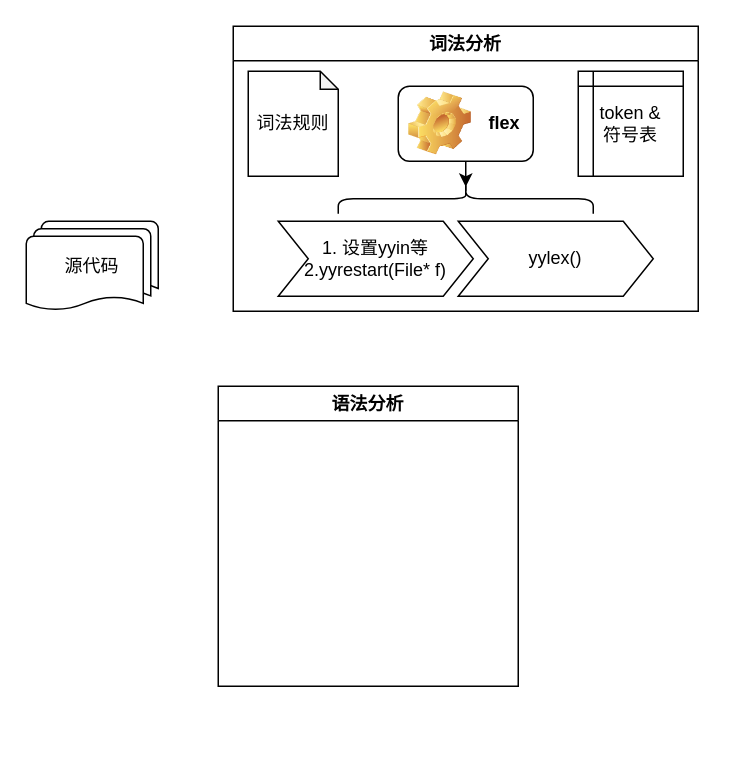
Above: verilator_digrams/flex&bison.drawio in Dercury/CLDK (draw.io), before the change. Source tidied: cells renumbered, new cells numbered last; positions are measured from the earlier drawing's top-left corner, leaving out a move shared by most shapes. Both pictures are drawn from the tidied source at 150%, with x=0, y=0 at pixel (26, 26).
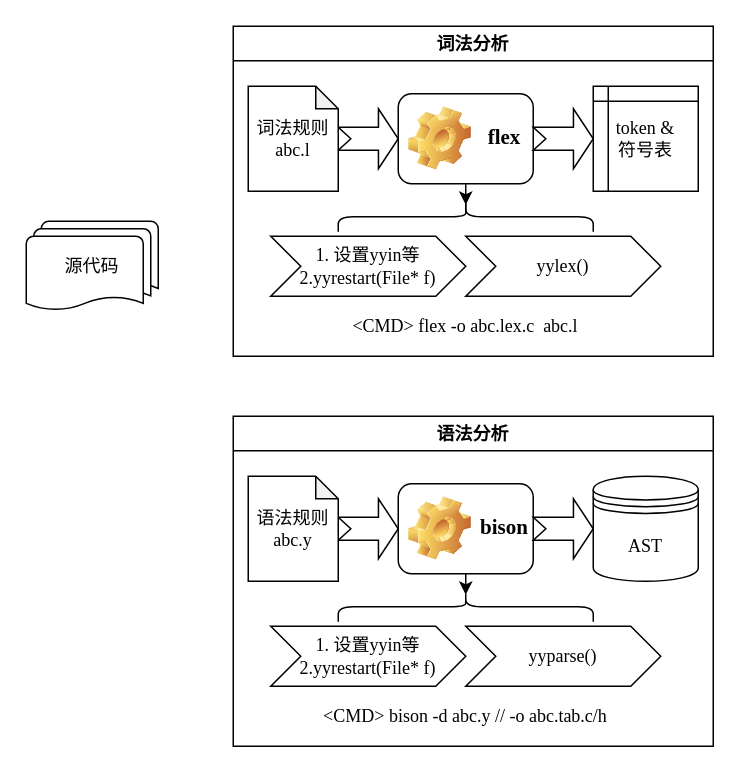
The same page after the edit.

What changed in the source:
```diff
@@
-    <mxCell id="2" value="词法分析" style="swimlane;" parent="1" vertex="1">
-      <mxGeometry x="138" width="310" height="190" as="geometry" />
+    <mxCell id="2" value="词法分析" style="swimlane;fontFamily=Times New Roman;" parent="1" vertex="1">
+      <mxGeometry x="138" width="320" height="220" as="geometry" />
     </mxCell>
+    <mxCell id="12" style="html=1;shadow=0;dashed=0;align=center;verticalAlign=middle;shape=mxgraph.arrows2.arrow;dy=0.62;dx=13.2;notch=8.4;strokeWidth=1;" parent="2" vertex="1">
+      <mxGeometry x="70" y="55" width="40" height="40" as="geometry" />
+    </mxCell>
-    <mxCell id="3" value="&lt;div&gt;token &amp;amp;&lt;br&gt;&lt;/div&gt;&lt;div&gt;符号表&lt;/div&gt;" style="shape=internalStorage;whiteSpace=wrap;html=1;backgroundOutline=1;dx=10;dy=10;" parent="2" vertex="1">
-      <mxGeometry x="230" y="30" width="70" height="70" as="geometry" />
+    <mxCell id="3" value="&lt;div&gt;token &amp;amp;&lt;br&gt;&lt;/div&gt;&lt;div&gt;符号表&lt;/div&gt;" style="shape=internalStorage;whiteSpace=wrap;html=1;backgroundOutline=1;dx=10;dy=10;fontFamily=Times New Roman;" parent="2" vertex="1">
+      <mxGeometry x="240" y="40" width="70" height="70" as="geometry" />
     </mxCell>
-    <mxCell id="4" value="词法规则" style="shape=note;whiteSpace=wrap;html=1;backgroundOutline=1;darkOpacity=0.05;size=12;" parent="2" vertex="1">
-      <mxGeometry x="10" y="30" width="60" height="70" as="geometry" />
+    <mxCell id="4" value="&lt;div&gt;词法规则&lt;/div&gt;&lt;div&gt;&lt;font face=&quot;Times New Roman&quot;&gt;abc.l&lt;/font&gt;&lt;br&gt;&lt;/div&gt;" style="shape=note;whiteSpace=wrap;html=1;backgroundOutline=1;darkOpacity=0.05;size=15;" parent="2" vertex="1">
+      <mxGeometry x="10" y="40" width="60" height="70" as="geometry" />
     </mxCell>
@@
-    <mxCell id="6" value="flex" style="label;whiteSpace=wrap;html=1;image=img/clipart/Gear_128x128.png;align=center;" parent="2" vertex="1">
-      <mxGeometry x="110" y="40" width="90" height="50" as="geometry" />
+    <mxCell id="6" value="flex" style="label;whiteSpace=wrap;html=1;image=img/clipart/Gear_128x128.png;align=center;fontFamily=Times New Roman;fontSize=14;" parent="2" vertex="1">
+      <mxGeometry x="110" y="45" width="90" height="60" as="geometry" />
     </mxCell>
     <mxCell id="7" style="shape=curlyBracket;whiteSpace=wrap;html=1;rounded=1;align=center;labelPosition=center;verticalLabelPosition=middle;verticalAlign=middle;rotation=90;" parent="2" vertex="1">
-      <mxGeometry x="145" y="30" width="20" height="170" as="geometry" />
+      <mxGeometry x="145" y="42" width="20" height="170" as="geometry" />
     </mxCell>
-    <mxCell id="8" value="&lt;div style=&quot;font-size: 10px&quot;&gt;&lt;font style=&quot;font-size: 12px&quot;&gt;1. 设置yyin等&lt;/font&gt;&lt;/div&gt;&lt;div&gt;2.yyrestart(File* f)&lt;br&gt;&lt;/div&gt;" style="shape=step;perimeter=stepPerimeter;whiteSpace=wrap;html=1;fixedSize=1;strokeWidth=1;align=center;" parent="2" vertex="1">
-      <mxGeometry x="30" y="130" width="130" height="50" as="geometry" />
+    <mxCell id="8" value="&lt;div style=&quot;font-size: 10px&quot;&gt;&lt;font style=&quot;font-size: 12px&quot;&gt;1. 设置yyin等&lt;/font&gt;&lt;/div&gt;&lt;div&gt;2.yyrestart(File* f)&lt;br&gt;&lt;/div&gt;" style="shape=step;perimeter=stepPerimeter;whiteSpace=wrap;html=1;fixedSize=1;strokeWidth=1;align=center;fontFamily=Times New Roman;" parent="2" vertex="1">
+      <mxGeometry x="25" y="140" width="130" height="40" as="geometry" />
     </mxCell>
-    <mxCell id="9" value="yylex()" style="shape=step;perimeter=stepPerimeter;whiteSpace=wrap;html=1;fixedSize=1;strokeWidth=1;align=center;" parent="2" vertex="1">
-      <mxGeometry x="150" y="130" width="130" height="50" as="geometry" />
+    <mxCell id="9" value="yylex()" style="shape=step;perimeter=stepPerimeter;whiteSpace=wrap;html=1;fixedSize=1;strokeWidth=1;align=center;fontFamily=Times New Roman;" parent="2" vertex="1">
+      <mxGeometry x="155" y="140" width="130" height="40" as="geometry" />
     </mxCell>
+    <mxCell id="13" style="html=1;shadow=0;dashed=0;align=center;verticalAlign=middle;shape=mxgraph.arrows2.arrow;dy=0.62;dx=13.2;notch=8.4;strokeWidth=1;" parent="2" vertex="1">
+      <mxGeometry x="200" y="55" width="40" height="40" as="geometry" />
+    </mxCell>
+    <mxCell id="14" value="&amp;lt;CMD&amp;gt; flex -o abc.lex.c&amp;nbsp; abc.l" style="text;html=1;strokeColor=none;fillColor=none;align=center;verticalAlign=middle;whiteSpace=wrap;rounded=0;fontFamily=Times New Roman;" parent="2" vertex="1">
+      <mxGeometry x="25" y="190" width="260" height="20" as="geometry" />
+    </mxCell>
     <mxCell id="10" value="语法分析" style="swimlane;" parent="1" vertex="1">
-      <mxGeometry x="128" y="240" width="200" height="200" as="geometry" />
+      <mxGeometry x="138" y="260" width="320" height="220" as="geometry" />
     </mxCell>
+    <mxCell id="15" style="html=1;shadow=0;dashed=0;align=center;verticalAlign=middle;shape=mxgraph.arrows2.arrow;dy=0.62;dx=13.2;notch=8.4;strokeWidth=1;" parent="10" vertex="1">
+      <mxGeometry x="70" y="55" width="40" height="40" as="geometry" />
+    </mxCell>
+    <mxCell id="16" value="语法规则&lt;div&gt;&lt;font face=&quot;Times New Roman&quot;&gt;abc.y&lt;/font&gt;&lt;br&gt;&lt;/div&gt;" style="shape=note;whiteSpace=wrap;html=1;backgroundOutline=1;darkOpacity=0.05;size=15;" parent="10" vertex="1">
+      <mxGeometry x="10" y="40" width="60" height="70" as="geometry" />
+    </mxCell>
+    <mxCell id="17" value="bison" style="label;whiteSpace=wrap;html=1;image=img/clipart/Gear_128x128.png;align=center;fontFamily=Times New Roman;fontSize=14;" parent="10" vertex="1">
+      <mxGeometry x="110" y="45" width="90" height="60" as="geometry" />
+    </mxCell>
+    <mxCell id="18" style="shape=curlyBracket;whiteSpace=wrap;html=1;rounded=1;align=center;labelPosition=center;verticalLabelPosition=middle;verticalAlign=middle;rotation=90;" parent="10" vertex="1">
+      <mxGeometry x="145" y="42" width="20" height="170" as="geometry" />
+    </mxCell>
+    <mxCell id="19" style="edgeStyle=orthogonalEdgeStyle;rounded=0;jettySize=auto;html=1;entryX=0.1;entryY=0.5;entryDx=0;entryDy=0;entryPerimeter=0;" parent="10" edge="1" source="17" target="18">
+      <mxGeometry relative="1" as="geometry">
+        <Array as="points">
+          <mxPoint x="155" y="105" />
+          <mxPoint x="155" y="105" />
+        </Array>
+      </mxGeometry>
+    </mxCell>
+    <mxCell id="20" value="&lt;div style=&quot;font-size: 10px&quot;&gt;&lt;font style=&quot;font-size: 12px&quot;&gt;1. 设置yyin等&lt;/font&gt;&lt;/div&gt;&lt;div&gt;2.yyrestart(File* f)&lt;br&gt;&lt;/div&gt;" style="shape=step;perimeter=stepPerimeter;whiteSpace=wrap;html=1;fixedSize=1;strokeWidth=1;align=center;fontFamily=Times New Roman;" parent="10" vertex="1">
+      <mxGeometry x="25" y="140" width="130" height="40" as="geometry" />
+    </mxCell>
+    <mxCell id="21" value="yyparse()" style="shape=step;perimeter=stepPerimeter;whiteSpace=wrap;html=1;fixedSize=1;strokeWidth=1;align=center;fontFamily=Times New Roman;" parent="10" vertex="1">
+      <mxGeometry x="155" y="140" width="130" height="40" as="geometry" />
+    </mxCell>
+    <mxCell id="22" style="html=1;shadow=0;dashed=0;align=center;verticalAlign=middle;shape=mxgraph.arrows2.arrow;dy=0.62;dx=13.2;notch=8.4;strokeWidth=1;" parent="10" vertex="1">
+      <mxGeometry x="200" y="55" width="40" height="40" as="geometry" />
+    </mxCell>
+    <mxCell id="23" value="&amp;lt;CMD&amp;gt; bison -d abc.y // -o abc.tab.c/h" style="text;html=1;strokeColor=none;fillColor=none;align=center;verticalAlign=middle;whiteSpace=wrap;rounded=0;fontFamily=Times New Roman;" parent="10" vertex="1">
+      <mxGeometry x="25" y="190" width="260" height="20" as="geometry" />
+    </mxCell>
+    <mxCell id="24" value="AST" style="shape=datastore;whiteSpace=wrap;html=1;fontFamily=Times New Roman;strokeWidth=1;align=center;" parent="10" vertex="1">
+      <mxGeometry x="240" y="40" width="70" height="70" as="geometry" />
+    </mxCell>
```
